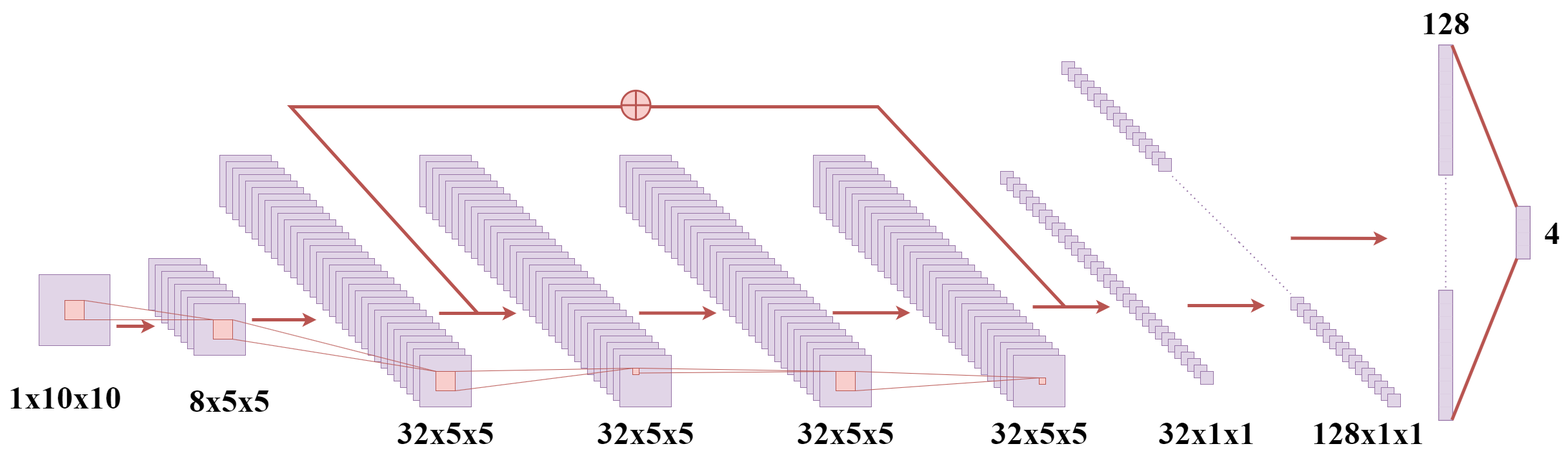
Above: cnn.drawio.png in Purer-lyk/network_pic (draw.io), before the change. Source tidied: cells renumbered, new cells last; positions are measured from the earlier drawing's top-left corner, leaving out a move shared by most shapes.
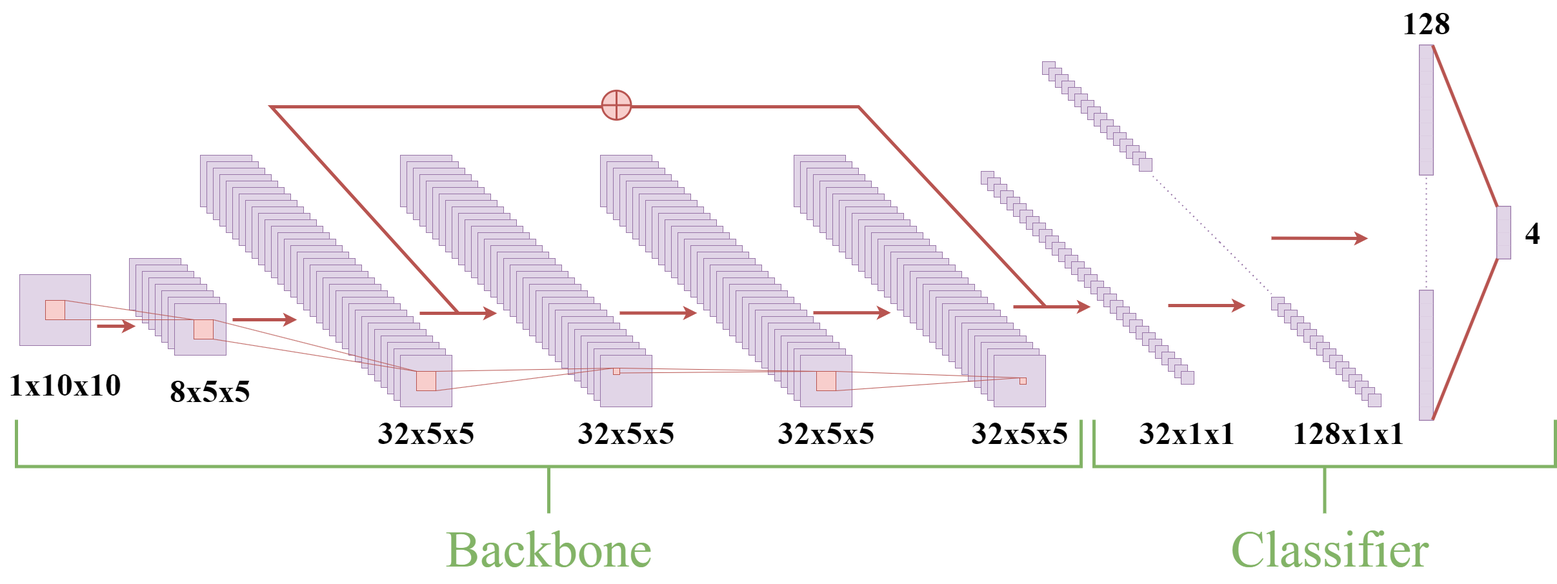
Above is the later version.

Diff of the diagram source:
```diff
@@ -617,10 +617,10 @@
       </mxGeometry>
     </mxCell>
     <mxCell id="205" value="&lt;font size=&quot;1&quot; face=&quot;Times New Roman&quot; style=&quot;&quot;&gt;&lt;b style=&quot;font-size: 50px;&quot;&gt;1x10x10&lt;/b&gt;&lt;/font&gt;" style="text;html=1;align=center;verticalAlign=middle;" parent="1" vertex="1">
-      <mxGeometry y="580" width="200" height="70" as="geometry" />
+      <mxGeometry x="30" y="560" width="200" height="70" as="geometry" />
     </mxCell>
     <mxCell id="206" value="&lt;font size=&quot;1&quot; face=&quot;Times New Roman&quot; style=&quot;&quot;&gt;&lt;b style=&quot;font-size: 50px;&quot;&gt;8x5x5&lt;/b&gt;&lt;/font&gt;" style="text;html=1;align=center;verticalAlign=middle;" parent="1" vertex="1">
-      <mxGeometry x="280" y="585" width="150" height="70" as="geometry" />
+      <mxGeometry x="280" y="570" width="150" height="70" as="geometry" />
     </mxCell>
     <mxCell id="207" value="&lt;font size=&quot;1&quot; face=&quot;Times New Roman&quot; style=&quot;&quot;&gt;&lt;b style=&quot;font-size: 50px;&quot;&gt;32x5x5&lt;/b&gt;&lt;/font&gt;" style="text;html=1;align=center;verticalAlign=middle;" parent="1" vertex="1">
       <mxGeometry x="605" y="635" width="170" height="70" as="geometry" />
@@ -922,5 +922,17 @@
     <mxCell id="294" value="&lt;font size=&quot;1&quot; face=&quot;Times New Roman&quot; style=&quot;&quot;&gt;&lt;b style=&quot;font-size: 50px;&quot;&gt;32x5x5&lt;/b&gt;&lt;/font&gt;" style="text;html=1;align=center;verticalAlign=middle;" parent="1" vertex="1">
       <mxGeometry x="1525" y="635" width="170" height="70" as="geometry" />
     </mxCell>
+    <mxCell id="295" style="strokeWidth=5;html=1;shape=mxgraph.flowchart.annotation_2;align=left;labelPosition=right;direction=north;fillColor=#d5e8d4;strokeColor=#82b366;" parent="1" vertex="1">
+      <mxGeometry x="55" y="650" width="1650" height="145" as="geometry" />
+    </mxCell>
+    <mxCell id="296" value="&lt;font color=&quot;#82b366&quot; face=&quot;Times New Roman&quot; style=&quot;font-size: 80px;&quot;&gt;Backbone&lt;/font&gt;" style="text;html=1;align=center;verticalAlign=middle;" parent="1" vertex="1">
+      <mxGeometry x="710" y="795" width="340" height="110" as="geometry" />
+    </mxCell>
+    <mxCell id="297" style="strokeWidth=5;html=1;shape=mxgraph.flowchart.annotation_2;align=left;labelPosition=right;direction=north;fillColor=#d5e8d4;strokeColor=#82b366;" parent="1" vertex="1">
+      <mxGeometry x="1725" y="650" width="715" height="145" as="geometry" />
+    </mxCell>
+    <mxCell id="298" value="&lt;font color=&quot;#82b366&quot; face=&quot;Times New Roman&quot; style=&quot;font-size: 80px;&quot;&gt;Classifier&lt;/font&gt;" style="text;html=1;align=center;verticalAlign=middle;" parent="1" vertex="1">
+      <mxGeometry x="1925" y="795" width="330" height="110" as="geometry" />
+    </mxCell>
   </root>
 </mxGraphModel>
```
